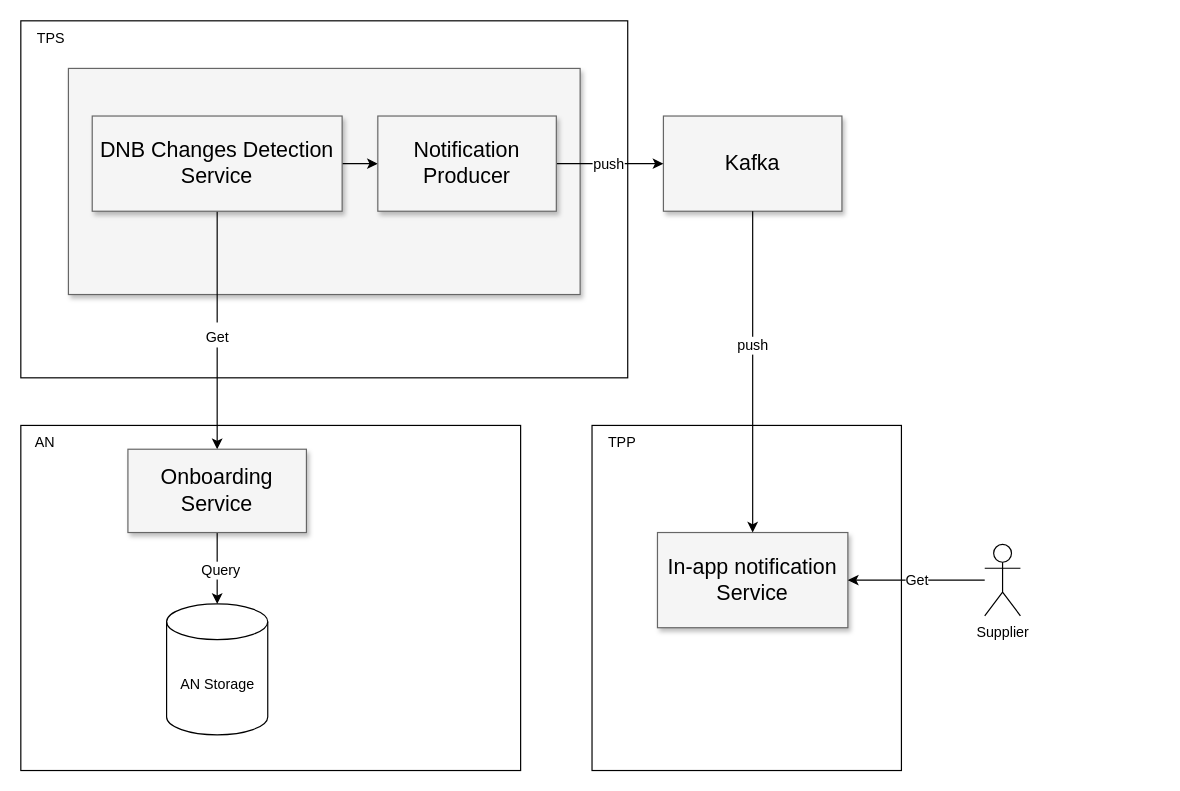
This is block_diagram_detection_dnb_changes.drawio from huangshijie/Drawio, a draw.io file, before an edit. Source tidied: cells renumbered, new cells numbered last; positions are measured from the earlier drawing's top-left corner, leaving out a move shared by most shapes. Both pictures are drawn from the tidied source at 119%, with x=0, y=0 at pixel (20, 20).
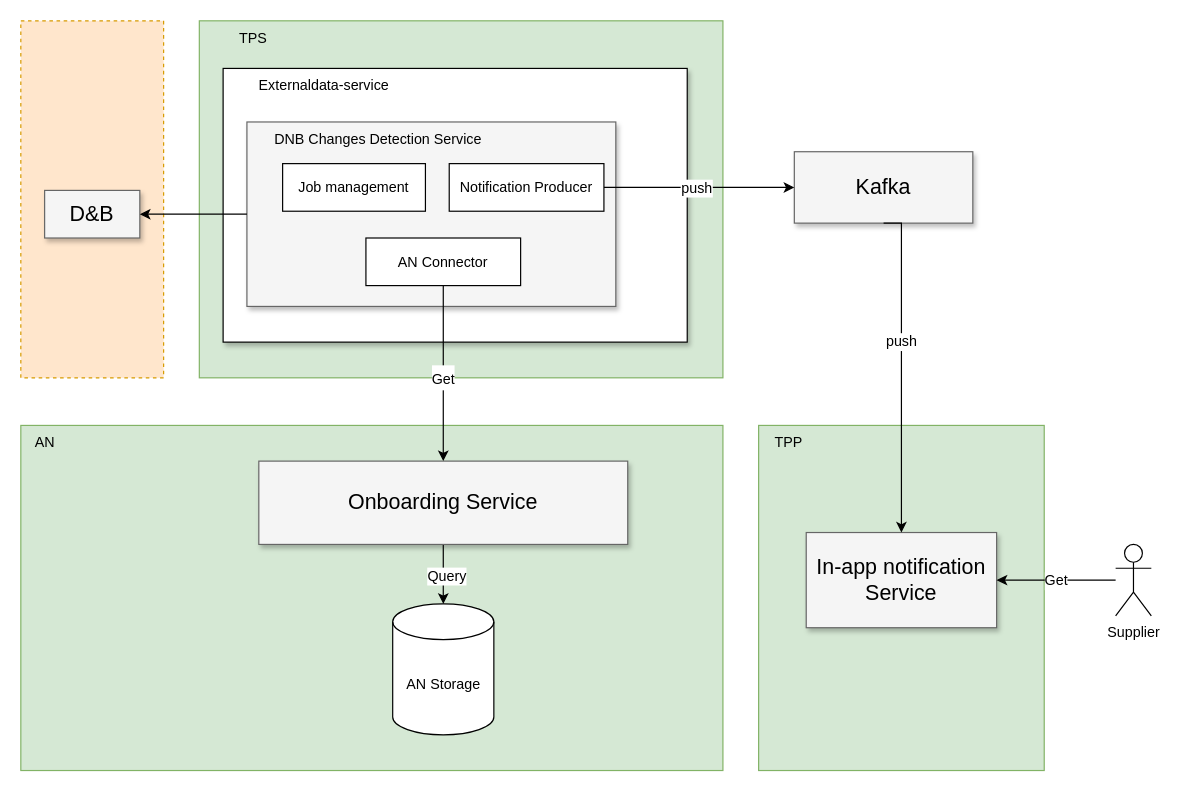
The same page after the edit.

What changed in the source:
```diff
@@
+    <mxCell id="27" style="rounded=0;whiteSpace=wrap;html=1;dashed=1;fillColor=#ffe6cc;strokeColor=#d79b00;" parent="1" vertex="1">
+      <mxGeometry width="120" height="300" as="geometry" />
+    </mxCell>
-    <mxCell id="2" style="rounded=0;whiteSpace=wrap;html=1;" parent="1" vertex="1">
-      <mxGeometry x="480" y="340" width="260" height="290" as="geometry" />
+    <mxCell id="2" style="rounded=0;whiteSpace=wrap;html=1;fillColor=#d5e8d4;strokeColor=#82b366;" parent="1" vertex="1">
+      <mxGeometry x="620" y="340" width="240" height="290" as="geometry" />
     </mxCell>
-    <mxCell id="3" style="rounded=0;whiteSpace=wrap;html=1;" parent="1" vertex="1">
-      <mxGeometry width="510" height="300" as="geometry" />
+    <mxCell id="3" style="rounded=0;whiteSpace=wrap;html=1;fillColor=#d5e8d4;strokeColor=#82b366;" parent="1" vertex="1">
+      <mxGeometry x="150" width="440" height="300" as="geometry" />
     </mxCell>
-    <mxCell id="4" style="rounded=0;whiteSpace=wrap;html=1;" parent="1" vertex="1">
-      <mxGeometry y="340" width="420" height="290" as="geometry" />
+    <mxCell id="4" style="rounded=0;whiteSpace=wrap;html=1;fillColor=#d5e8d4;strokeColor=#82b366;" parent="1" vertex="1">
+      <mxGeometry y="340" width="590" height="290" as="geometry" />
     </mxCell>
-    <mxCell id="5" style="whiteSpace=wrap;html=1;shadow=1;fontSize=18;fillColor=#f5f5f5;strokeColor=#666666;" parent="1" vertex="1">
-      <mxGeometry x="40" y="40" width="430" height="190" as="geometry" />
+    <mxCell id="5" style="whiteSpace=wrap;html=1;shadow=1;fontSize=18;" parent="1" vertex="1">
+      <mxGeometry x="170" y="40" width="390" height="230" as="geometry" />
     </mxCell>
     <mxCell id="6" value="Kafka" style="whiteSpace=wrap;html=1;shadow=1;fontSize=18;fillColor=#f5f5f5;strokeColor=#666666;" parent="1" vertex="1">
-      <mxGeometry x="540" y="80" width="150" height="80" as="geometry" />
+      <mxGeometry x="650" y="110" width="150" height="60" as="geometry" />
     </mxCell>
-    <mxCell id="7" style="edgeStyle=orthogonalEdgeStyle;rounded=0;jettySize=auto;html=1;exitX=0.5;exitY=1;exitDx=0;exitDy=0;" parent="1" edge="1" source="10">
-      <mxGeometry relative="1" as="geometry">
-        <mxPoint x="165" y="360" as="targetPoint" />
-      </mxGeometry>
-    </mxCell>
-    <mxCell id="8" value="&lt;font style=&quot;font-size: 12px;&quot;&gt;Get&lt;/font&gt;" style="edgeLabel;html=1;align=center;verticalAlign=middle;fontSize=18;" parent="7" vertex="1">
-      <mxGeometry x="0.03" y="-1" relative="1" as="geometry">
-        <mxPoint y="1" as="offset" />
-      </mxGeometry>
-    </mxCell>
-    <mxCell id="9" style="edgeStyle=orthogonalEdgeStyle;rounded=0;jettySize=auto;html=1;exitX=1;exitY=0.5;exitDx=0;exitDy=0;fontSize=18;startArrow=none;startFill=0;" parent="1" edge="1" source="10" target="13">
-      <mxGeometry relative="1" as="geometry" />
-    </mxCell>
-    <mxCell id="10" value="DNB Changes Detection Service" style="whiteSpace=wrap;html=1;shadow=1;fontSize=18;fillColor=#f5f5f5;strokeColor=#666666;" parent="1" vertex="1">
-      <mxGeometry x="60" y="80" width="210" height="80" as="geometry" />
+    <mxCell id="10" style="whiteSpace=wrap;html=1;shadow=1;fontSize=18;fillColor=#f5f5f5;strokeColor=#666666;" parent="1" vertex="1">
+      <mxGeometry x="190" y="85" width="310" height="155" as="geometry" />
     </mxCell>
@@
-    <mxCell id="13" value="Notification Producer" style="whiteSpace=wrap;html=1;shadow=1;fontSize=18;fillColor=#f5f5f5;strokeColor=#666666;" parent="1" vertex="1">
-      <mxGeometry x="300" y="80" width="150" height="80" as="geometry" />
-    </mxCell>
     <mxCell id="14" value="In-app notification Service" style="whiteSpace=wrap;html=1;shadow=1;fontSize=18;fillColor=#f5f5f5;strokeColor=#666666;" parent="1" vertex="1">
-      <mxGeometry x="535" y="430" width="160" height="80" as="geometry" />
+      <mxGeometry x="660" y="430" width="160" height="80" as="geometry" />
     </mxCell>
-    <mxCell id="15" style="edgeStyle=orthogonalEdgeStyle;rounded=0;jettySize=auto;html=1;exitX=0.5;exitY=1;exitDx=0;exitDy=0;" parent="1" edge="1" source="6" target="14">
+    <mxCell id="15" style="edgeStyle=orthogonalEdgeStyle;rounded=0;jettySize=auto;html=1;exitX=0.5;exitY=1;exitDx=0;exitDy=0;entryX=0.5;entryY=0;entryDx=0;entryDy=0;" parent="1" edge="1" source="6" target="14">
       <mxGeometry relative="1" as="geometry">
         <Array as="points">
-          <mxPoint x="615" y="280" />
+          <mxPoint x="740" y="170" />
         </Array>
       </mxGeometry>
     </mxCell>
@@
     <mxCell id="19" value="Supplier" style="shape=umlActor;verticalLabelPosition=bottom;verticalAlign=top;html=1;outlineConnect=0;" parent="1" vertex="1">
-      <mxGeometry x="810" y="440" width="30" height="60" as="geometry" />
+      <mxGeometry x="920" y="440" width="30" height="60" as="geometry" />
     </mxCell>
     <mxCell id="20" value="AN Storage" style="shape=cylinder3;whiteSpace=wrap;html=1;boundedLbl=1;backgroundOutline=1;size=15;" parent="1" vertex="1">
-      <mxGeometry x="122.5" y="490" width="85" height="110" as="geometry" />
+      <mxGeometry x="312.5" y="490" width="85" height="110" as="geometry" />
     </mxCell>
@@
     <mxCell id="22" value="TPP" style="text;html=1;align=center;verticalAlign=middle;strokeColor=none;fillColor=none;" parent="1" vertex="1">
-      <mxGeometry x="480" y="340" width="50" height="30" as="geometry" />
+      <mxGeometry x="620" y="340" width="50" height="30" as="geometry" />
     </mxCell>
     <mxCell id="23" value="TPS" style="text;html=1;align=center;verticalAlign=middle;strokeColor=none;fillColor=none;" parent="1" vertex="1">
-      <mxGeometry width="50" height="30" as="geometry" />
+      <mxGeometry x="170" width="50" height="30" as="geometry" />
     </mxCell>
@@
     <mxCell id="26" value="Onboarding Service" style="whiteSpace=wrap;html=1;shadow=1;fontSize=18;fillColor=#f5f5f5;strokeColor=#666666;" parent="1" vertex="1">
-      <mxGeometry x="90" y="360" width="150" height="70" as="geometry" />
+      <mxGeometry x="200" y="370" width="310" height="70" as="geometry" />
     </mxCell>
+    <mxCell id="7" style="edgeStyle=orthogonalEdgeStyle;rounded=0;jettySize=auto;html=1;exitX=0.5;exitY=1;exitDx=0;exitDy=0;entryX=0.5;entryY=0;entryDx=0;entryDy=0;" parent="1" edge="1" source="33" target="26">
+      <mxGeometry relative="1" as="geometry" />
+    </mxCell>
+    <mxCell id="8" value="&lt;font style=&quot;font-size: 12px;&quot;&gt;Get&lt;/font&gt;" style="edgeLabel;html=1;align=center;verticalAlign=middle;fontSize=18;" parent="7" vertex="1">
+      <mxGeometry x="0.03" y="-1" relative="1" as="geometry">
+        <mxPoint y="1" as="offset" />
+      </mxGeometry>
+    </mxCell>
+    <mxCell id="28" value="D&amp;amp;B" style="whiteSpace=wrap;html=1;shadow=1;fontSize=18;fillColor=#f5f5f5;strokeColor=#666666;" parent="1" vertex="1">
+      <mxGeometry x="20" y="142.5" width="80" height="40" as="geometry" />
+    </mxCell>
+    <mxCell id="29" value="Externaldata-service" style="text;html=1;strokeColor=none;fillColor=none;align=center;verticalAlign=middle;whiteSpace=wrap;rounded=0;dashed=1;" parent="1" vertex="1">
+      <mxGeometry x="180" y="40" width="150" height="30" as="geometry" />
+    </mxCell>
+    <mxCell id="30" style="edgeStyle=orthogonalEdgeStyle;rounded=0;jettySize=auto;html=1;exitX=0;exitY=0.5;exitDx=0;exitDy=0;" parent="1" edge="1" source="10" target="28">
+      <mxGeometry relative="1" as="geometry" />
+    </mxCell>
+    <mxCell id="31" value="&lt;font style=&quot;font-size: 12px;&quot;&gt;DNB Changes Detection Service&lt;/font&gt;" style="text;html=1;align=center;verticalAlign=middle;strokeColor=none;fillColor=none;" parent="1" vertex="1">
+      <mxGeometry x="200" y="85" width="200" height="30" as="geometry" />
+    </mxCell>
+    <mxCell id="32" value="Job management" style="rounded=0;whiteSpace=wrap;html=1;fontSize=12;" parent="1" vertex="1">
+      <mxGeometry x="220" y="120" width="120" height="40" as="geometry" />
+    </mxCell>
+    <mxCell id="13" value="Notification Producer" style="rounded=0;whiteSpace=wrap;html=1;fontSize=12;" parent="1" vertex="1">
+      <mxGeometry x="360" y="120" width="130" height="40" as="geometry" />
+    </mxCell>
+    <mxCell id="33" value="AN Connector" style="rounded=0;whiteSpace=wrap;html=1;fontSize=12;" parent="1" vertex="1">
+      <mxGeometry x="290" y="182.5" width="130" height="40" as="geometry" />
+    </mxCell>
```
